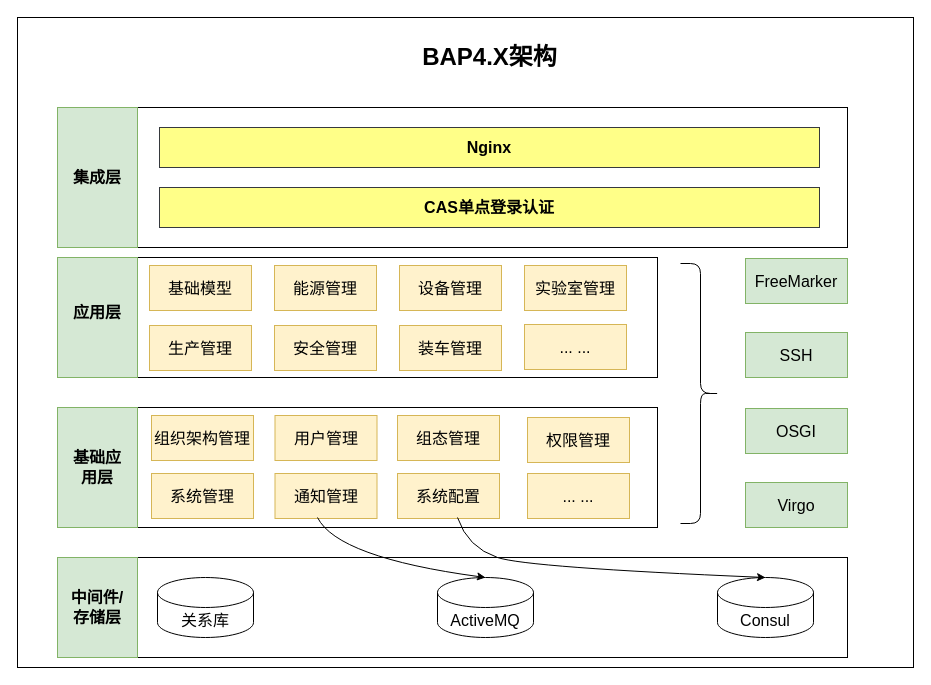
This is BAP技术架构.drawio from publisherfk/diagrams, a draw.io file, before an edit. Source tidied: cells renumbered, new cells numbered last; positions are measured from the earlier drawing's top-left corner, leaving out a move shared by most shapes. Both pictures are drawn from the tidied source at 100%, with x=0, y=0 at pixel (17, 17).
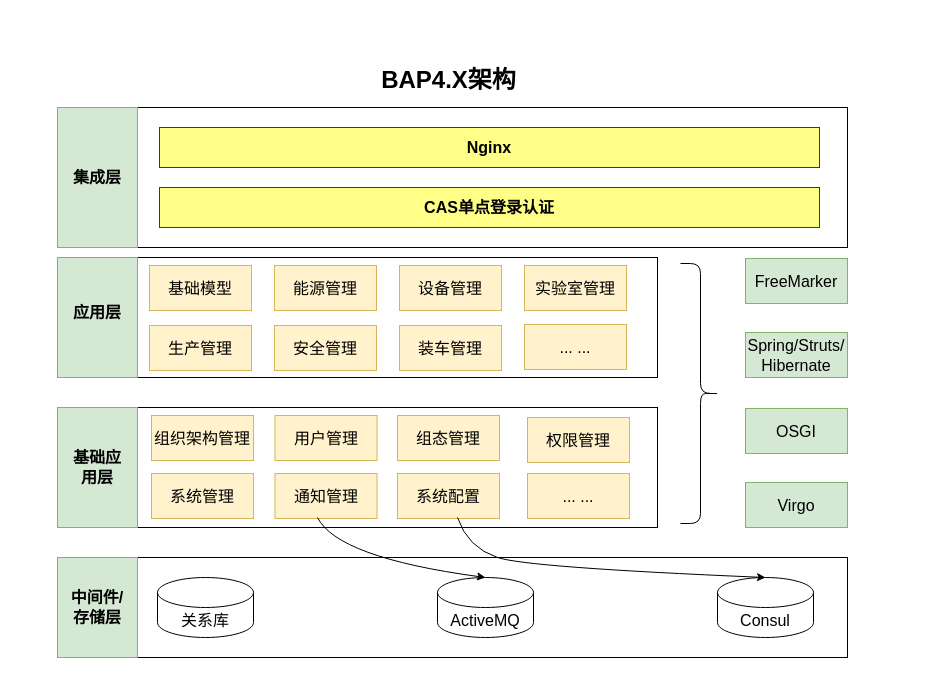
Above is the later version.

Commit message (it also covers changes not shown here):
更新BAP技术架构.drawio

Change to the diagram source:
```diff
@@
-    <mxCell id="3" style="rounded=0;whiteSpace=wrap;html=1;fillColor=none;" parent="1" vertex="1">
-      <mxGeometry width="896" height="650" as="geometry" />
-    </mxCell>
@@
-    <mxCell id="40" value="&lt;font style=&quot;font-size: 16px;&quot;&gt;SSH&lt;/font&gt;" style="rounded=0;whiteSpace=wrap;html=1;fillColor=#d5e8d4;strokeColor=#82b366;" parent="1" vertex="1">
+    <mxCell id="40" value="&lt;font style=&quot;font-size: 16px;&quot;&gt;Spring/Struts/&lt;br&gt;Hibernate&lt;/font&gt;" style="rounded=0;whiteSpace=wrap;html=1;fillColor=#d5e8d4;strokeColor=#82b366;" parent="1" vertex="1">
       <mxGeometry x="728" y="315" width="102" height="45" as="geometry" />
     </mxCell>
@@
     <mxCell id="44" value="BAP4.X架构" style="text;strokeColor=none;fillColor=none;html=1;fontSize=24;fontStyle=1;verticalAlign=middle;align=center;" parent="1" vertex="1">
-      <mxGeometry x="422" y="20" width="100" height="40" as="geometry" />
+      <mxGeometry x="381" y="43" width="100" height="40" as="geometry" />
     </mxCell>
```
